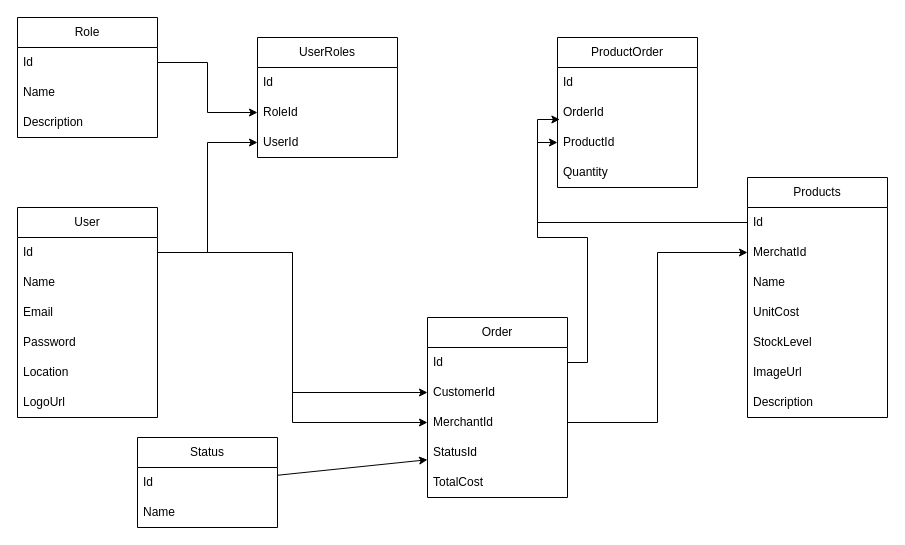
Earlier version of the draw.io diagram ideation/zephyr_class_diagram.drawio (deaconTown/Zephyr). Source tidied: cells renumbered, new cells numbered last; positions are measured from the earlier drawing's top-left corner, leaving out a move shared by most shapes. Both pictures are drawn from the tidied source at 100%, with x=0, y=0 at pixel (17, 17).
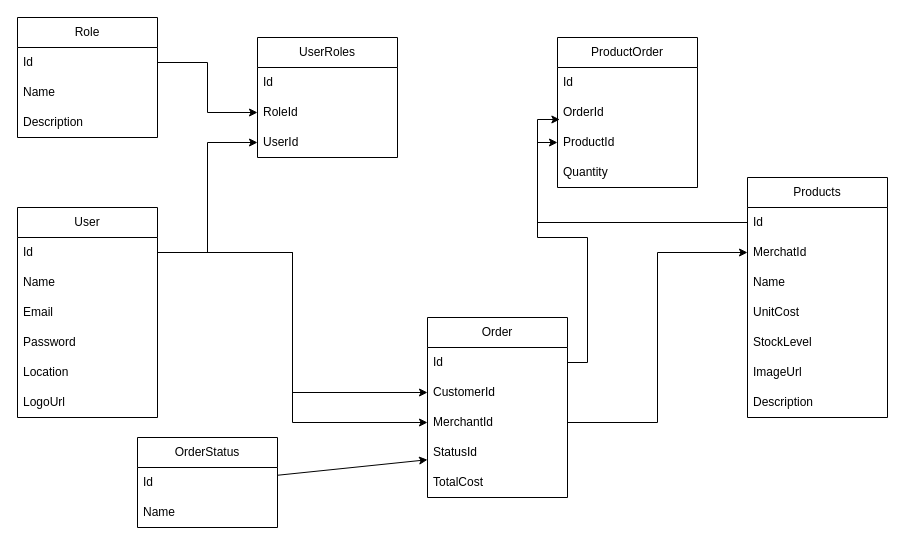
After the change.

Commit message:
docs(infrastructure): updated name from status to orderStatus

Diff of the diagram source:
```diff
@@
-    <mxCell id="44" value="Status" style="swimlane;fontStyle=0;horizontal=1;startSize=30;whiteSpace=wrap;html=1;" parent="1" vertex="1">
+    <mxCell id="44" value="OrderStatus" style="swimlane;fontStyle=0;horizontal=1;startSize=30;whiteSpace=wrap;html=1;" parent="1" vertex="1">
       <mxGeometry x="120" y="420" width="140" height="90" as="geometry" />
     </mxCell>
```
